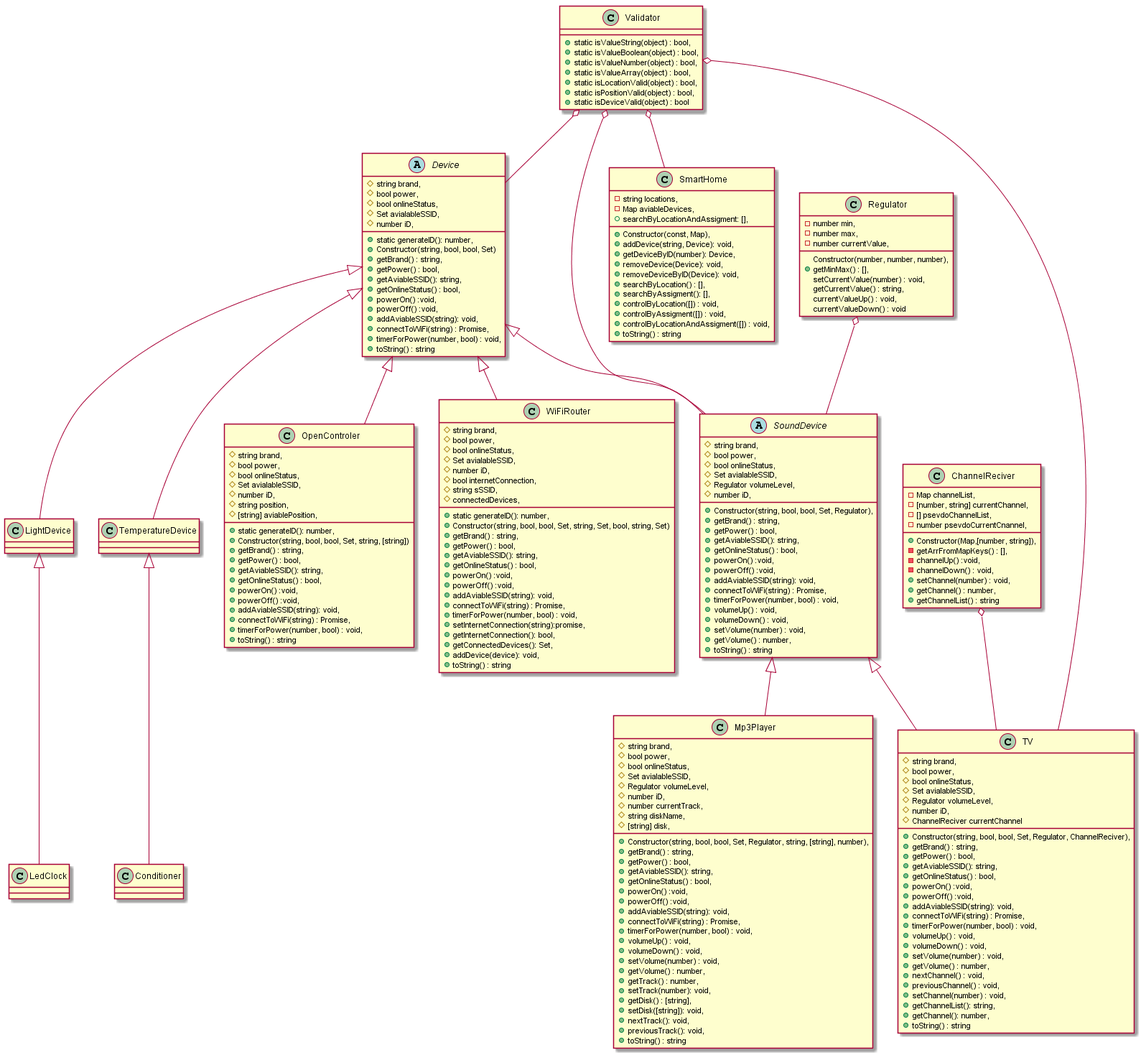
The PlantUML diagram out/ClassDiagramm/smartHome.png in SalischevAV/SmartHomeJs2009, before a commit.
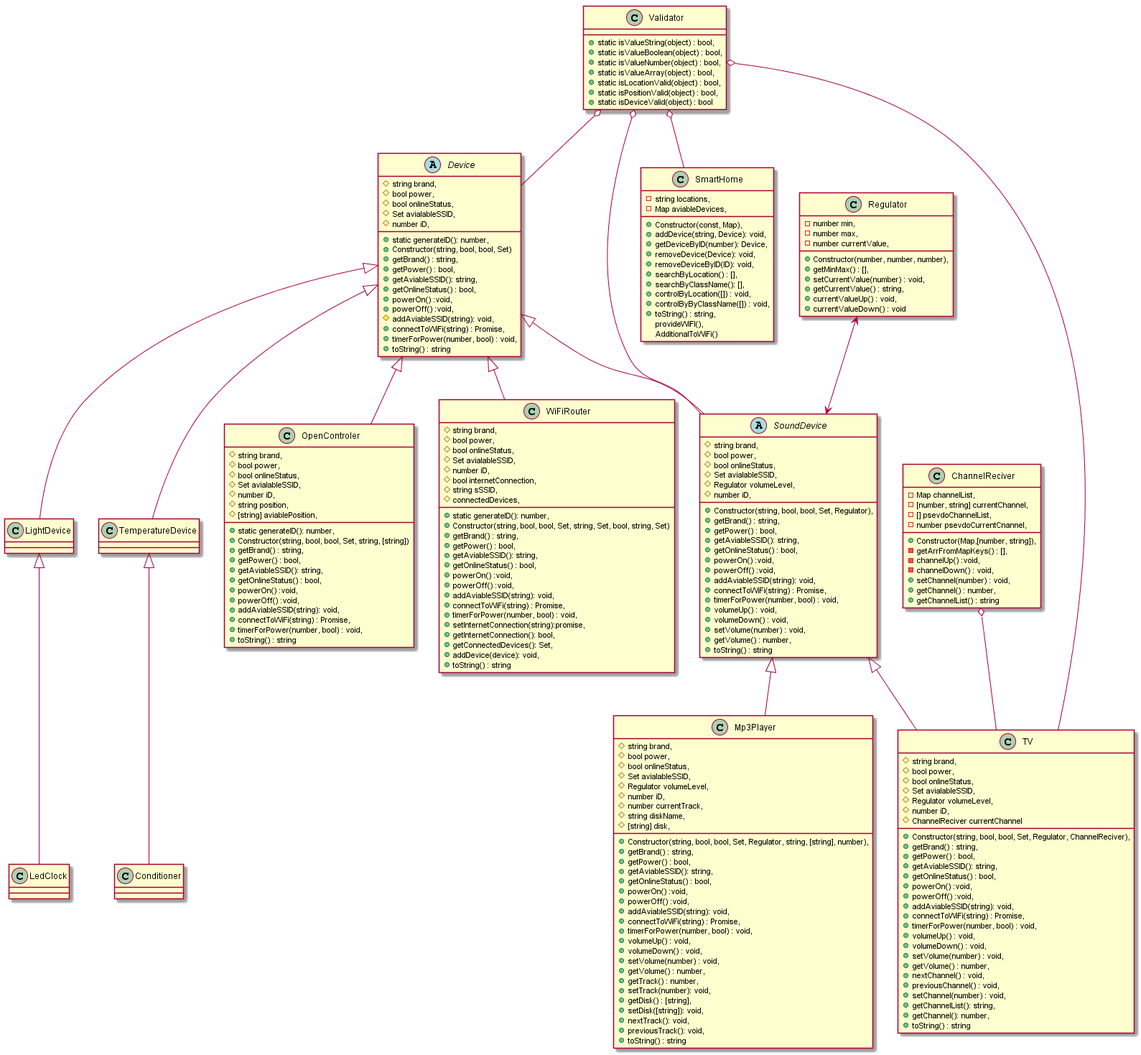
Above is the later version.

Commit message:
sh class is written

Change to the diagram source:
```diff
@@ -25,15 +25,15 @@
 }
 
 class Regulator{
-    Constructor(number, number, number),
+    +Constructor(number, number, number),
     -number min,
     -number max,
     -number currentValue,
     +getMinMax() : [],
-    setCurrentValue(number) : void,
-    getCurrentValue() : string,
-    currentValueUp() : void,
-    currentValueDown() : void
+    +setCurrentValue(number) : void,
+    +getCurrentValue() : string,
+    +currentValueUp() : void,
+    +currentValueDown() : void
 }
 
 
@@ -51,7 +51,7 @@
     +getOnlineStatus() : bool,
     +powerOn() :void,
     +powerOff() :void,
-    +addAviableSSID(string): void,
+    #addAviableSSID(string): void,
     +connectToWiFi(string) : Promise,
     +timerForPower(number, bool) : void,
     +toString() : string
@@ -167,22 +167,6 @@
     +toString() : string
 }
 
-class SmartHome{
-    +Constructor(const, Map),
-    -string locations,
-    -Map aviableDevices,
-    +addDevice(string, Device): void,
-    +getDeviceByID(number): Device,
-    +removeDevice(Device): void,
-    +removeDeviceByID(Device): void,
-    +searchByLocation() : [],
-    +searchByAssigment(): [],
-    +searchByLocationAndAssigment: [],
-    +controlByLocation([]) : void,
-    +controlByAssigment([]) : void,
-    +controlByLocationAndAssigment([]) : void,
-    +toString() : string
-}
 
 class WiFiRouter{
     +static generateID(): number,
@@ -211,6 +195,26 @@
     +toString() : string
 }
 
+class SmartHome{
+    +Constructor(const, Map),
+    -string locations,
+    -Map aviableDevices,
+    +addDevice(string, Device): void,
+    +getDeviceByID(number): Device,
+    +removeDevice(Device): void,
+    +removeDeviceByID(ID): void,
+    +searchByLocation() : [],
+    +searchByClassName(): [],
+    +controlByLocation([]) : void,
+    +controlByByClassName([]) : void,
+    +toString() : string,
+
+
+    provideWiFI(),
+    AdditionаlToWiFi()
+
+}
+
 Device <|-- SoundDevice
 Device <|-- WiFiRouter
 Device <|-- OpenControler
@@ -225,7 +229,7 @@
 TemperatureDevice <|-- Conditioner
 
 ChannelReciver o-- TV
-Regulator o-- SoundDevice
+Regulator <--> SoundDevice
 Validator o-- Device
 Validator o-- SoundDevice
 Validator o-- TV
```
